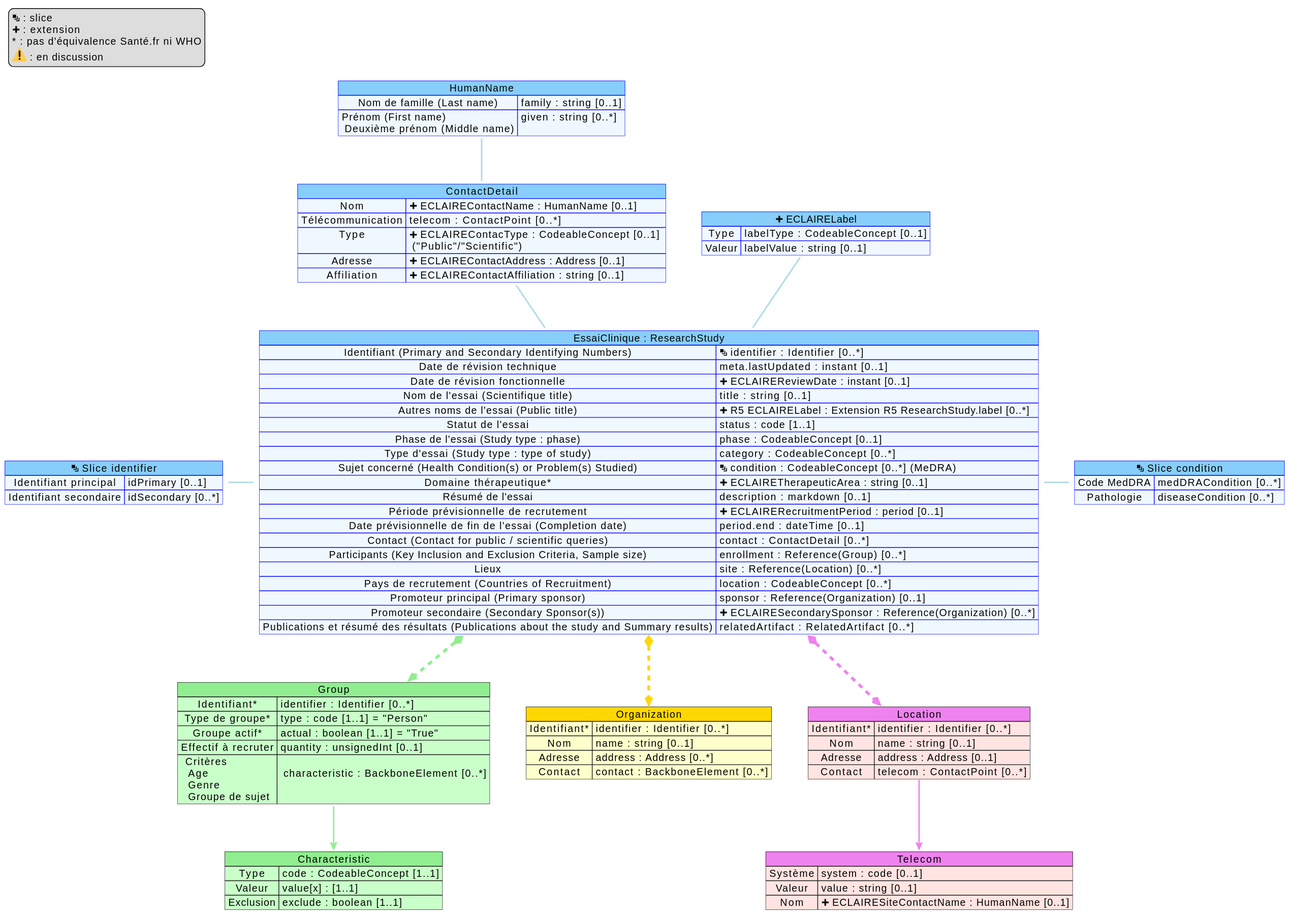
ansforge/essais-cliniques keeps this PlantUML diagram as input/images/mappingResearchStudy.svg. Above is the earlier version.
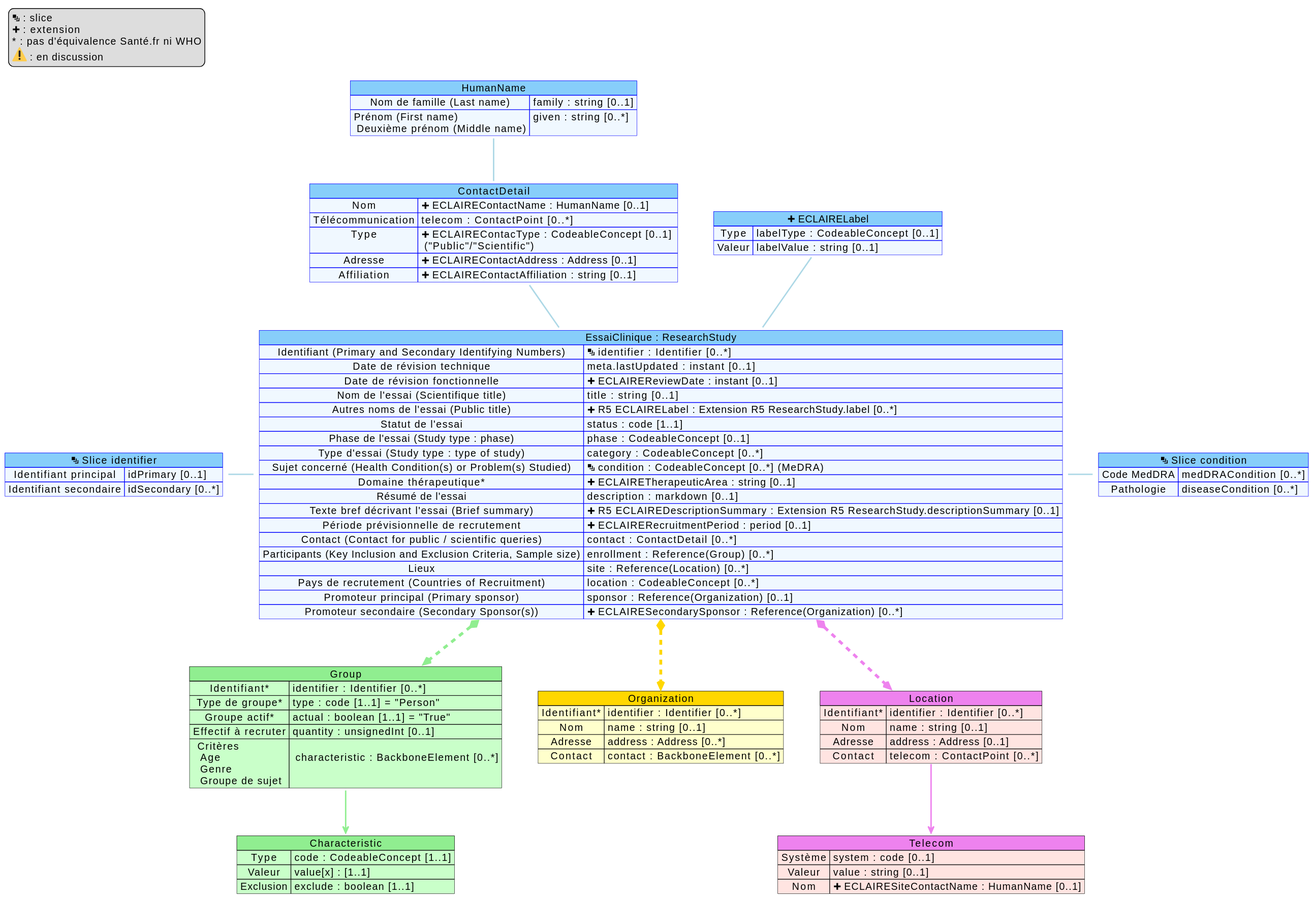
The same diagram one commit later.

Commit message:
add extension description summary r5 (#117)

Diff of the diagram source:
```diff
@@ -74,15 +74,14 @@
     Sujet concerné (Health Condition(s) or Problem(s) Studied) => <&layers> condition : CodeableConcept [0..*] (MeDRA)
     Domaine thérapeutique* => <&plus> ECLAIRETherapeuticArea : string [0..1]
     Résumé de l'essai => description : markdown [0..1]
+    Texte bref décrivant l'essai (Brief summary) => <&plus> R5 ECLAIREDescriptionSummary : Extension R5 ResearchStudy.descriptionSummary [0..1]
     Période prévisionnelle de recrutement => <&plus> ECLAIRERecruitmentPeriod : period [0..1]
-    Date prévisionnelle de fin de l'essai (Completion date) => period.end : dateTime [0..1]
     Contact (Contact for public / scientific queries) => contact : ContactDetail [0..*]
     Participants (Key Inclusion and Exclusion Criteria, Sample size) => enrollment : Reference(Group) [0..*]
     Lieux => site : Reference(Location) [0..*]
     Pays de recrutement (Countries of Recruitment) => location : CodeableConcept [0..*]
     Promoteur principal (Primary sponsor) => sponsor : Reference(Organization) [0..1]
     Promoteur secondaire (Secondary Sponsor(s)) => <&plus> ECLAIRESecondarySponsor  : Reference(Organization) [0..*]
-    Publications et résumé des résultats (Publications about the study and Summary results) => relatedArtifact : RelatedArtifact [0..*]
 }
 
 
```
